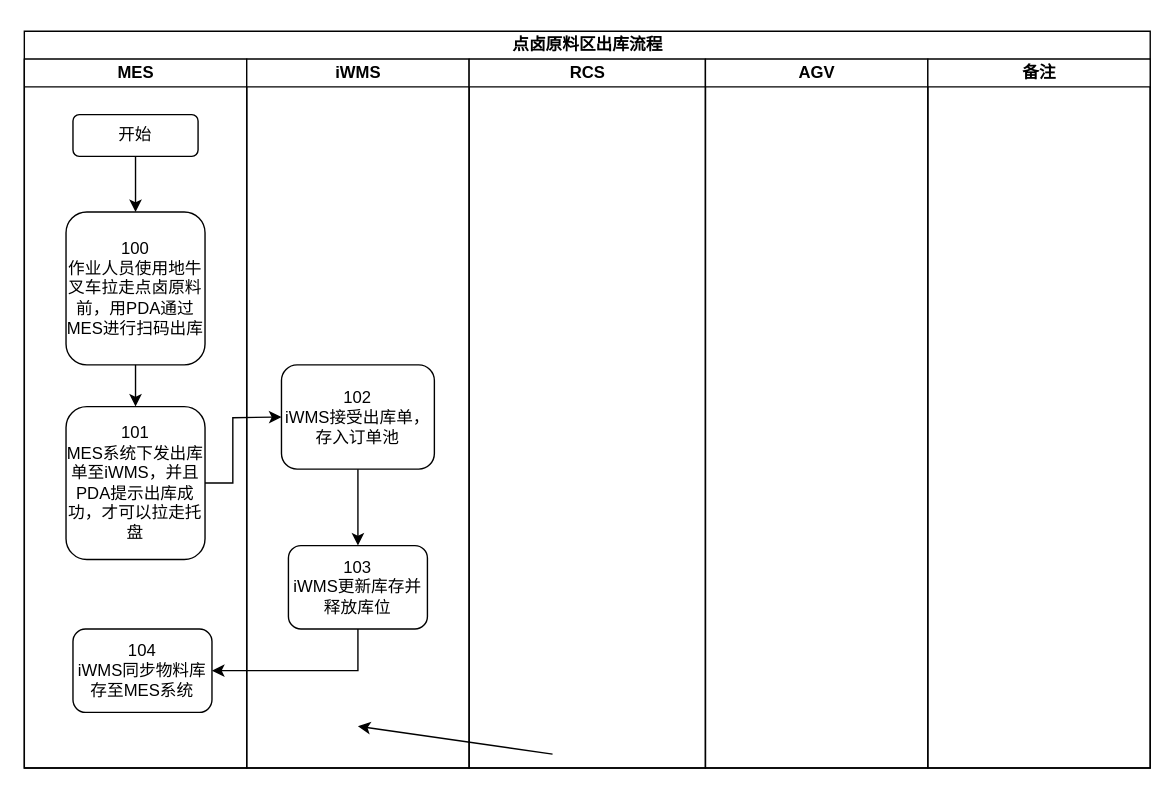
chenyanxi/hosts keeps this draw.io diagram as page "第 6 页" (6 of 7) of data/晾籽出籽区到恒温屯籽区流程.drawio. Above is the earlier version. Source tidied: cells renumbered, new cells numbered last; positions are measured from the earlier drawing's top-left corner, leaving out a move shared by most shapes. Both pictures are drawn from the tidied source at 139%, with x=0, y=0 at pixel (24, 31).
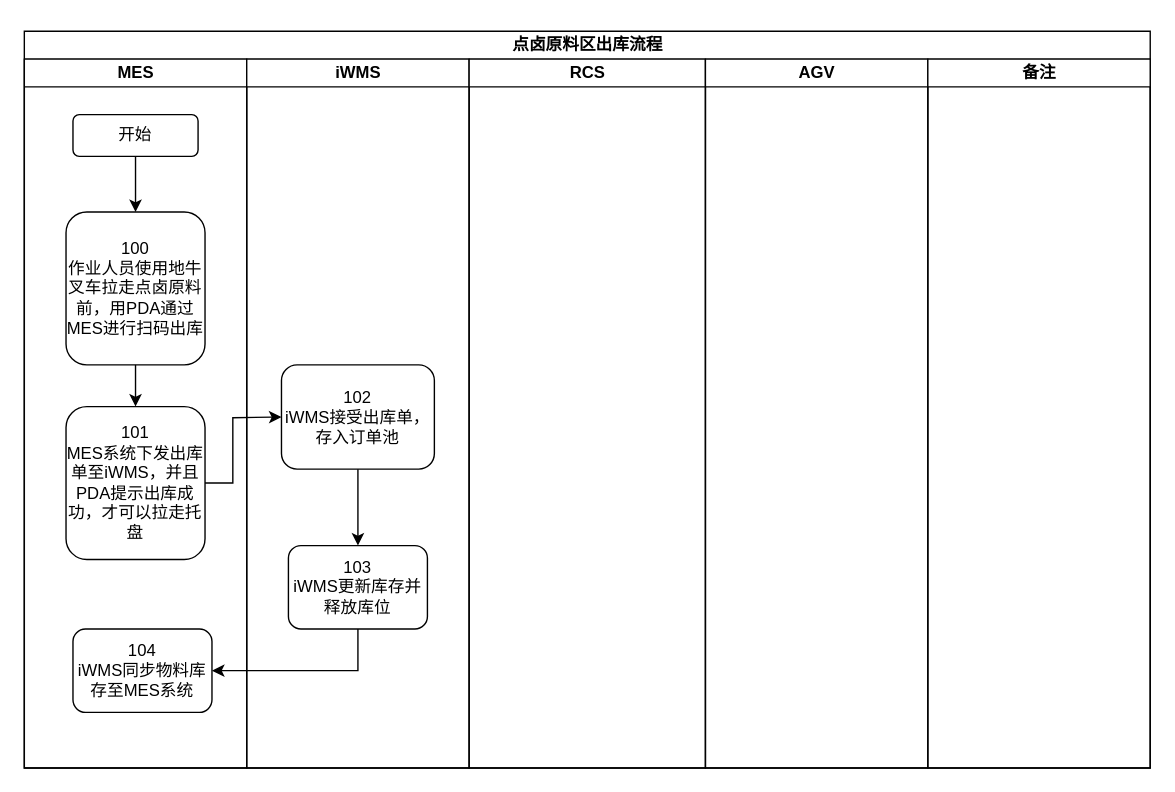
The same diagram, later.

The change refers to these unchanged cells:
```xml
<mxCell id="10" value="iWMS" style="swimlane;html=1;startSize=20;" parent="2" vertex="1">
  <mxGeometry x="160" y="20" width="160" height="510" as="geometry" />
</mxCell>
```

Diff of the diagram source:
```diff
@@
-    <mxCell id="12" style="endArrow=classic;html=1;rounded=0;exitX=0.5;exitY=1;exitDx=0;exitDy=0;entryX=0.5;entryY=0;entryDx=0;entryDy=0;" parent="10" edge="1">
-      <mxGeometry relative="1" as="geometry">
-        <mxPoint x="220" y="500" as="sourcePoint" />
-        <mxPoint x="80" y="480" as="targetPoint" />
-      </mxGeometry>
-    </mxCell>
```
